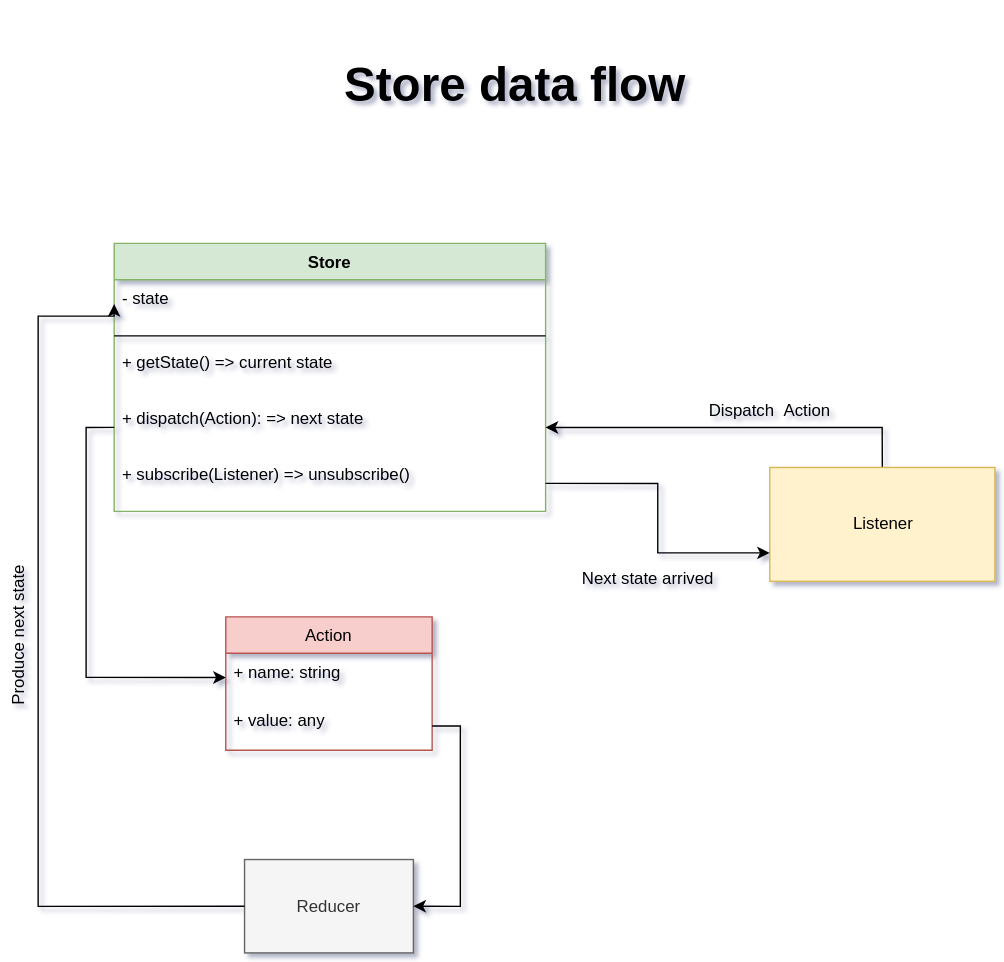
Above: docs/store-data-flow.svg in IfasdfgDsdfasdfEadfDFfd/jquery-plugin-range-slider (draw.io), before the change. Source tidied: cells renumbered, new cells last; positions are measured from the earlier drawing's top-left corner, leaving out a move shared by most shapes. The source it was exported from:
```xml
<mxGraphModel>
  <root>
    <mxCell id="0" />
    <mxCell id="1" parent="0" />
    <mxCell id="2" style="group;" parent="1" vertex="1">
      <mxGeometry x="67" y="40" width="710" height="640" as="geometry" />
    </mxCell>
    <mxCell id="3" value="&lt;font style=&quot;font-size: 34px&quot;&gt;Store data flow&lt;/font&gt;" style="text;strokeColor=none;fillColor=none;html=1;fontSize=24;fontStyle=1;verticalAlign=middle;align=center;" parent="2" vertex="1">
      <mxGeometry x="93.8" y="-40" width="545.5" height="120" as="geometry" />
    </mxCell>
    <mxCell id="4" value="Action" style="swimlane;fontStyle=0;horizontal=1;startSize=26;fillColor=#f8cecc;strokeColor=#b85450;" parent="2" vertex="1">
      <mxGeometry x="160.8" y="400" width="147.4" height="95.3" as="geometry" />
    </mxCell>
    <mxCell id="5" value="+ name: string" style="text;strokeColor=none;fillColor=none;align=left;verticalAlign=top;spacingLeft=4;spacingRight=4;overflow=hidden;points=[[0,0.5],[1,0.5]];portConstraint=eastwest;" parent="4" vertex="1">
      <mxGeometry y="26" width="147.4" height="34.7" as="geometry" />
    </mxCell>
    <mxCell id="6" value="+ value: any" style="text;strokeColor=none;fillColor=none;align=left;verticalAlign=top;spacingLeft=4;spacingRight=4;overflow=hidden;points=[[0,0.5],[1,0.5]];portConstraint=eastwest;" parent="4" vertex="1">
      <mxGeometry y="60.7" width="147.4" height="34.7" as="geometry" />
    </mxCell>
    <mxCell id="7" value="Reducer" style="html=1;fillColor=#f5f5f5;strokeColor=#666666;fontColor=#333333;" parent="2" vertex="1">
      <mxGeometry x="174.2" y="573.3" width="120.6" height="66.7" as="geometry" />
    </mxCell>
    <mxCell id="8" value="Store" style="swimlane;fontStyle=1;align=center;verticalAlign=top;horizontal=1;startSize=26;fillColor=#d5e8d4;strokeColor=#82b366;" parent="2" vertex="1">
      <mxGeometry x="81" y="133.3" width="308.1" height="191.3" as="geometry" />
    </mxCell>
    <mxCell id="9" value="- state" style="text;strokeColor=none;fillColor=none;align=left;verticalAlign=top;spacingLeft=4;spacingRight=4;overflow=hidden;points=[[0,0.5],[1,0.5]];portConstraint=eastwest;" parent="8" vertex="1">
      <mxGeometry y="26" width="308.1" height="34.7" as="geometry" />
    </mxCell>
    <mxCell id="10" style="line;strokeWidth=1;fillColor=none;align=left;verticalAlign=middle;spacingTop=-1;spacingLeft=3;spacingRight=3;labelPosition=right;" parent="8" vertex="1">
      <mxGeometry y="60.7" width="308.1" height="10.7" as="geometry" />
    </mxCell>
    <mxCell id="11" value="+ getState() =&gt; current state" style="text;strokeColor=none;fillColor=none;align=left;verticalAlign=top;spacingLeft=4;spacingRight=4;overflow=hidden;" parent="8" vertex="1">
      <mxGeometry y="71.3" width="308.1" height="40" as="geometry" />
    </mxCell>
    <mxCell id="12" value="+ dispatch(Action): =&gt; next state" style="text;strokeColor=none;fillColor=none;align=left;verticalAlign=top;spacingLeft=4;spacingRight=4;overflow=hidden;points=[[0,0.5],[1,0.5]];portConstraint=eastwest;" parent="8" vertex="1">
      <mxGeometry y="111.3" width="308.1" height="40" as="geometry" />
    </mxCell>
    <mxCell id="13" value="+ subscribe(Listener) =&gt; unsubscribe()" style="text;strokeColor=none;fillColor=none;align=left;verticalAlign=top;spacingLeft=4;spacingRight=4;overflow=hidden;points=[[0,0.5],[1,0.5]];portConstraint=eastwest;" parent="8" vertex="1">
      <mxGeometry y="151.3" width="308.1" height="40" as="geometry" />
    </mxCell>
    <mxCell id="14" style="edgeStyle=orthogonalEdgeStyle;rounded=0;jettySize=auto;html=1;exitX=0.5;exitY=0;exitDx=0;exitDy=0;" parent="2" edge="1" source="15" target="12">
      <mxGeometry relative="1" as="geometry" />
    </mxCell>
    <mxCell id="15" value="Listener" style="html=1;fillColor=#fff2cc;strokeColor=#d6b656;" parent="2" vertex="1">
      <mxGeometry x="549.2" y="293.3" width="160.8" height="81.3" as="geometry" />
    </mxCell>
    <mxCell id="16" style="edgeStyle=orthogonalEdgeStyle;rounded=0;jettySize=auto;html=1;exitX=1;exitY=0.5;exitDx=0;exitDy=0;entryX=0;entryY=0.75;entryDx=0;entryDy=0;" parent="2" edge="1" source="13" target="15">
      <mxGeometry relative="1" as="geometry" />
    </mxCell>
    <mxCell id="17" style="edgeStyle=orthogonalEdgeStyle;rounded=0;jettySize=auto;html=1;exitX=0;exitY=0.5;exitDx=0;exitDy=0;entryX=0;entryY=0.5;entryDx=0;entryDy=0;" parent="2" edge="1" source="7" target="9">
      <mxGeometry relative="1" as="geometry">
        <Array as="points">
          <mxPoint x="26.8" y="606.7" />
          <mxPoint x="26.8" y="185.3" />
        </Array>
      </mxGeometry>
    </mxCell>
    <mxCell id="18" style="edgeStyle=orthogonalEdgeStyle;rounded=0;jettySize=auto;html=1;exitX=1;exitY=0.5;exitDx=0;exitDy=0;entryX=1;entryY=0.5;entryDx=0;entryDy=0;" parent="2" edge="1" source="6" target="7">
      <mxGeometry relative="1" as="geometry" />
    </mxCell>
    <mxCell id="19" style="edgeStyle=orthogonalEdgeStyle;rounded=0;jettySize=auto;html=1;exitX=0;exitY=0.5;exitDx=0;exitDy=0;entryX=0;entryY=0.5;entryDx=0;entryDy=0;" parent="2" edge="1" source="12" target="5">
      <mxGeometry relative="1" as="geometry" />
    </mxCell>
    <mxCell id="20" value="Dispatch &amp;nbsp;Action" style="text;html=1;strokeColor=none;fillColor=none;align=center;verticalAlign=middle;whiteSpace=wrap;rounded=0;" parent="2" vertex="1">
      <mxGeometry x="468.9" y="240" width="160.8" height="26.7" as="geometry" />
    </mxCell>
    <mxCell id="21" value="Next state arrived" style="text;html=1;strokeColor=none;fillColor=none;align=center;verticalAlign=middle;whiteSpace=wrap;rounded=0;" parent="2" vertex="1">
      <mxGeometry x="389.2" y="360" width="147.4" height="26.7" as="geometry" />
    </mxCell>
    <mxCell id="22" value="Produce next state" style="text;html=1;strokeColor=none;fillColor=none;align=center;verticalAlign=middle;whiteSpace=wrap;rounded=0;rotation=-90;" parent="2" vertex="1">
      <mxGeometry x="-67" y="400" width="160.8" height="26.7" as="geometry" />
    </mxCell>
  </root>
</mxGraphModel>
```
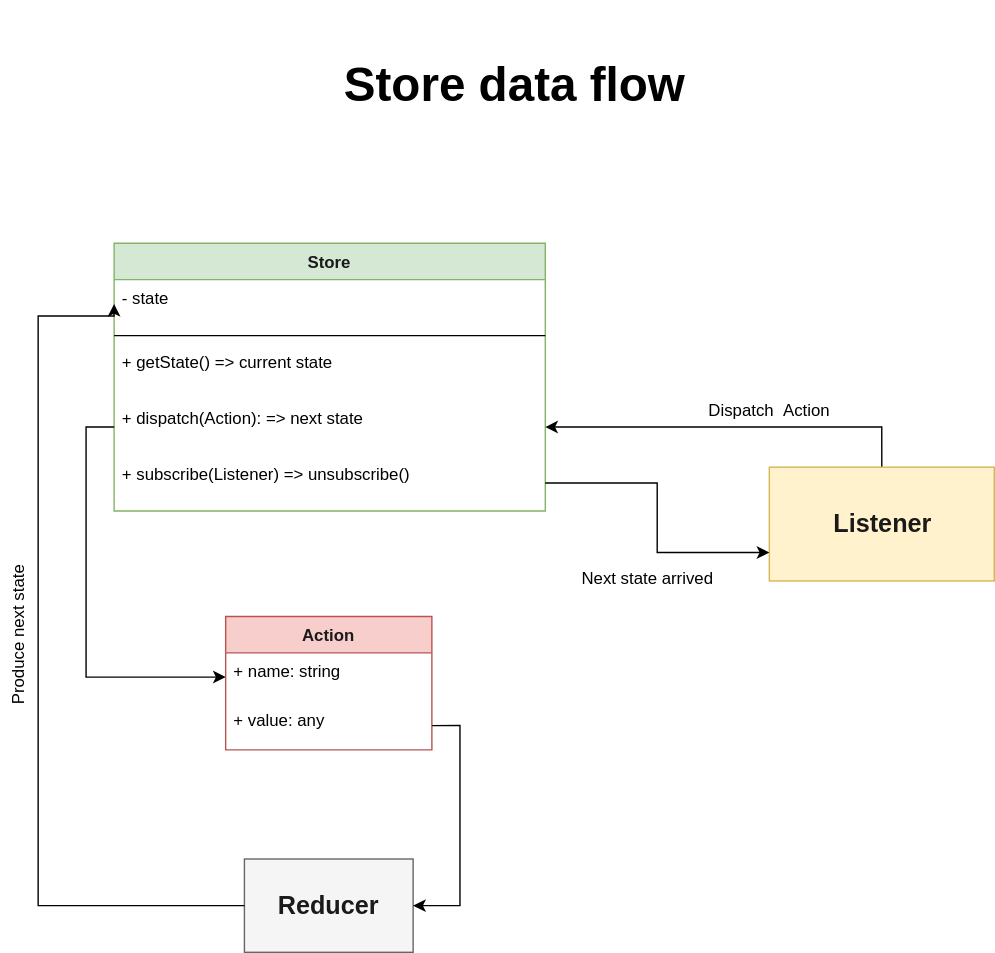
Above is the later version.

Diff of the diagram source:
```diff
@@ -8,7 +8,7 @@
     <mxCell id="3" value="&lt;font style=&quot;font-size: 34px&quot;&gt;Store data flow&lt;/font&gt;" style="text;strokeColor=none;fillColor=none;html=1;fontSize=24;fontStyle=1;verticalAlign=middle;align=center;" parent="2" vertex="1">
       <mxGeometry x="93.8" y="-40" width="545.5" height="120" as="geometry" />
     </mxCell>
-    <mxCell id="4" value="Action" style="swimlane;fontStyle=0;horizontal=1;startSize=26;fillColor=#f8cecc;strokeColor=#b85450;" parent="2" vertex="1">
+    <mxCell id="4" value="Action" style="swimlane;fontStyle=1;horizontal=1;startSize=26;fillColor=#f8cecc;strokeColor=#b85450;fontColor=#1A1A1A;" parent="2" vertex="1">
       <mxGeometry x="160.8" y="400" width="147.4" height="95.3" as="geometry" />
     </mxCell>
     <mxCell id="5" value="+ name: string" style="text;strokeColor=none;fillColor=none;align=left;verticalAlign=top;spacingLeft=4;spacingRight=4;overflow=hidden;points=[[0,0.5],[1,0.5]];portConstraint=eastwest;" parent="4" vertex="1">
@@ -17,10 +17,10 @@
     <mxCell id="6" value="+ value: any" style="text;strokeColor=none;fillColor=none;align=left;verticalAlign=top;spacingLeft=4;spacingRight=4;overflow=hidden;points=[[0,0.5],[1,0.5]];portConstraint=eastwest;" parent="4" vertex="1">
       <mxGeometry y="60.7" width="147.4" height="34.7" as="geometry" />
     </mxCell>
-    <mxCell id="7" value="Reducer" style="html=1;fillColor=#f5f5f5;strokeColor=#666666;fontColor=#333333;" parent="2" vertex="1">
+    <mxCell id="7" value="&lt;font style=&quot;font-size: 18px&quot; color=&quot;#1a1a1a&quot;&gt;&lt;b&gt;Reducer&lt;/b&gt;&lt;/font&gt;" style="html=1;fillColor=#f5f5f5;strokeColor=#666666;fontColor=#333333;" parent="2" vertex="1">
       <mxGeometry x="174.2" y="573.3" width="120.6" height="66.7" as="geometry" />
     </mxCell>
-    <mxCell id="8" value="Store" style="swimlane;fontStyle=1;align=center;verticalAlign=top;horizontal=1;startSize=26;fillColor=#d5e8d4;strokeColor=#82b366;" parent="2" vertex="1">
+    <mxCell id="8" value="Store" style="swimlane;fontStyle=1;align=center;verticalAlign=top;horizontal=1;startSize=26;fillColor=#d5e8d4;strokeColor=#82b366;fontSize=12;fontColor=#1A1A1A;" parent="2" vertex="1">
       <mxGeometry x="81" y="133.3" width="308.1" height="191.3" as="geometry" />
     </mxCell>
     <mxCell id="9" value="- state" style="text;strokeColor=none;fillColor=none;align=left;verticalAlign=top;spacingLeft=4;spacingRight=4;overflow=hidden;points=[[0,0.5],[1,0.5]];portConstraint=eastwest;" parent="8" vertex="1">
@@ -41,7 +41,7 @@
     <mxCell id="14" style="edgeStyle=orthogonalEdgeStyle;rounded=0;jettySize=auto;html=1;exitX=0.5;exitY=0;exitDx=0;exitDy=0;" parent="2" edge="1" source="15" target="12">
       <mxGeometry relative="1" as="geometry" />
     </mxCell>
-    <mxCell id="15" value="Listener" style="html=1;fillColor=#fff2cc;strokeColor=#d6b656;" parent="2" vertex="1">
+    <mxCell id="15" value="&lt;font color=&quot;#1a1a1a&quot; size=&quot;1&quot;&gt;&lt;b style=&quot;font-size: 18px&quot;&gt;Listener&lt;/b&gt;&lt;/font&gt;" style="html=1;fillColor=#fff2cc;strokeColor=#d6b656;" parent="2" vertex="1">
       <mxGeometry x="549.2" y="293.3" width="160.8" height="81.3" as="geometry" />
     </mxCell>
     <mxCell id="16" style="edgeStyle=orthogonalEdgeStyle;rounded=0;jettySize=auto;html=1;exitX=1;exitY=0.5;exitDx=0;exitDy=0;entryX=0;entryY=0.75;entryDx=0;entryDy=0;" parent="2" edge="1" source="13" target="15">
```
